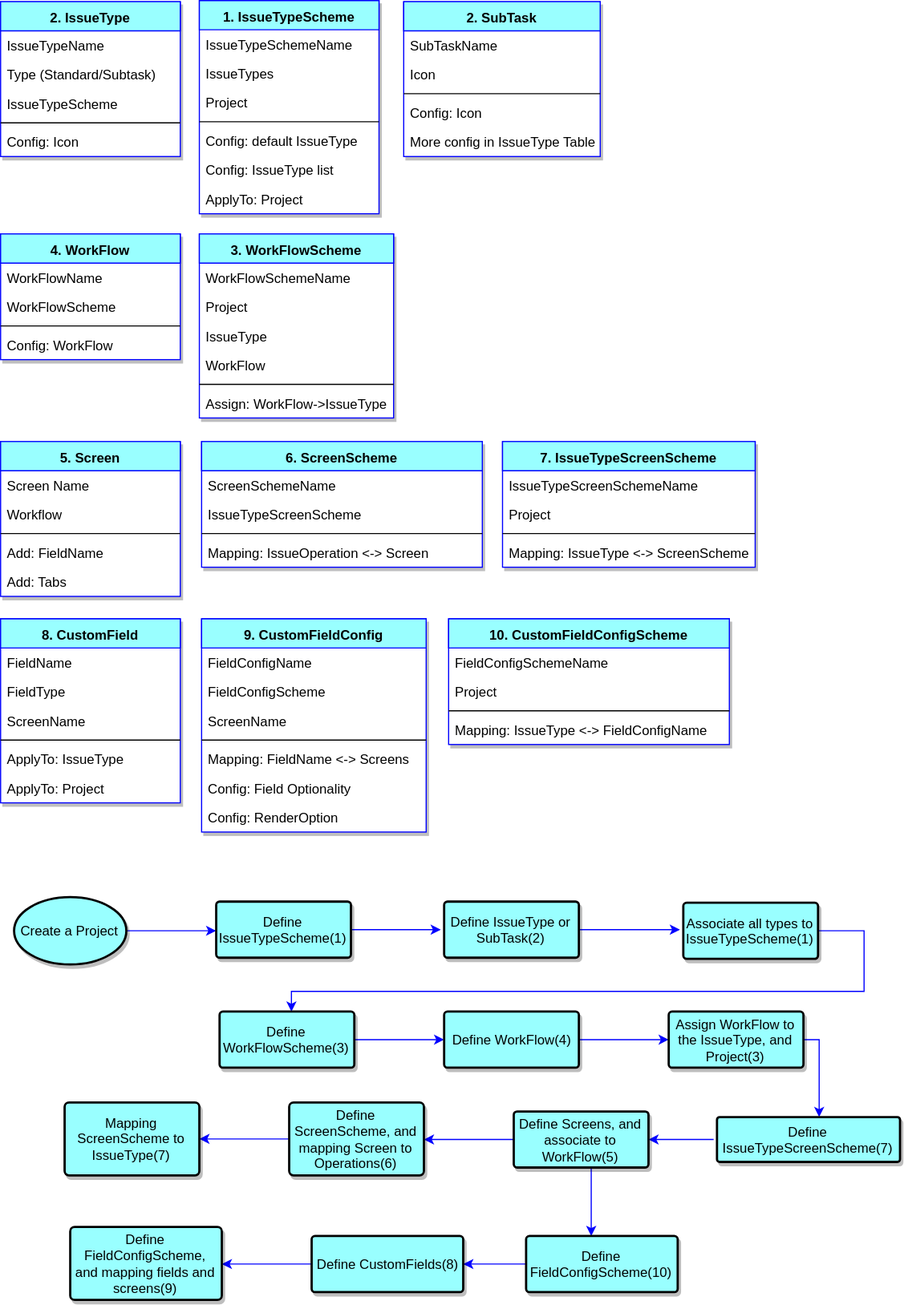
Earlier version of the draw.io export JiraWorkFlowConfigDiagram(2017.11.14).svg (havenqi/Draw.io). Source tidied: cells renumbered, new cells last; positions are measured from the earlier drawing's top-left corner, leaving out a move shared by most shapes.
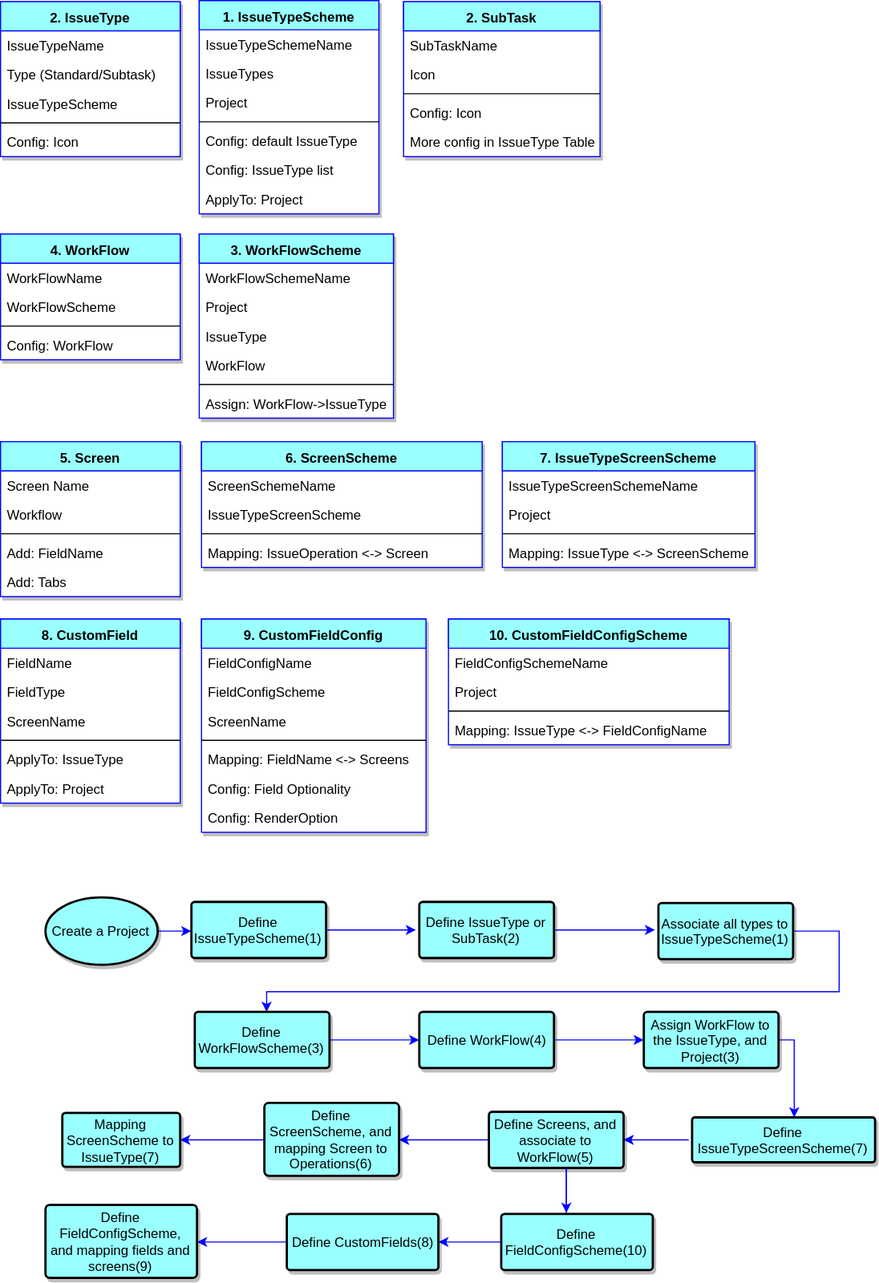
The same diagram one commit later.

What changed in the source:
```diff
@@ -172,62 +172,62 @@
     </mxCell>
     <mxCell id="58" style="edgeStyle=orthogonalEdgeStyle;rounded=0;html=1;jettySize=auto;strokeColor=#0000FF;" parent="1" edge="1" source="59">
       <mxGeometry relative="1" as="geometry">
-        <mxPoint x="192" y="829" as="targetPoint" />
+        <mxPoint x="170" y="829" as="targetPoint" />
       </mxGeometry>
     </mxCell>
     <mxCell id="59" value="Create a Project" style="strokeWidth=2;html=1;shape=mxgraph.flowchart.start_1;whiteSpace=wrap;shadow=1;fillColor=#99FFFF;align=center;" parent="1" vertex="1">
-      <mxGeometry x="12" y="799" width="100" height="60" as="geometry" />
+      <mxGeometry x="40" y="799" width="100" height="60" as="geometry" />
     </mxCell>
     <mxCell id="60" style="edgeStyle=orthogonalEdgeStyle;rounded=0;html=1;jettySize=auto;strokeColor=#0000FF;" parent="1" edge="1" source="61">
       <mxGeometry relative="1" as="geometry">
-        <mxPoint x="392" y="828" as="targetPoint" />
+        <mxPoint x="370" y="828" as="targetPoint" />
       </mxGeometry>
     </mxCell>
     <mxCell id="61" value="Define IssueTypeScheme(1)" style="strokeWidth=2;html=1;shape=mxgraph.flowchart.process;whiteSpace=wrap;shadow=1;fillColor=#99FFFF;align=center;" parent="1" vertex="1">
-      <mxGeometry x="192" y="803" width="120" height="50" as="geometry" />
+      <mxGeometry x="170" y="803" width="120" height="50" as="geometry" />
     </mxCell>
     <mxCell id="62" style="edgeStyle=orthogonalEdgeStyle;rounded=0;html=1;jettySize=auto;strokeColor=#0000FF;" parent="1" edge="1" source="63">
       <mxGeometry relative="1" as="geometry">
-        <mxPoint x="605" y="828" as="targetPoint" />
+        <mxPoint x="583" y="828" as="targetPoint" />
       </mxGeometry>
     </mxCell>
     <mxCell id="63" value="Define IssueType or SubTask(2)" style="strokeWidth=2;html=1;shape=mxgraph.flowchart.process;whiteSpace=wrap;shadow=1;fillColor=#99FFFF;align=center;" parent="1" vertex="1">
-      <mxGeometry x="395" y="803" width="120" height="50" as="geometry" />
+      <mxGeometry x="373" y="803" width="120" height="50" as="geometry" />
     </mxCell>
     <mxCell id="64" style="edgeStyle=orthogonalEdgeStyle;rounded=0;html=1;jettySize=auto;strokeColor=#0000FF;" parent="1" edge="1" source="65" target="67">
       <mxGeometry relative="1" as="geometry">
         <Array as="points">
-          <mxPoint x="769" y="829" />
-          <mxPoint x="769" y="883" />
-          <mxPoint x="259" y="883" />
+          <mxPoint x="747" y="829" />
+          <mxPoint x="747" y="883" />
+          <mxPoint x="237" y="883" />
         </Array>
       </mxGeometry>
     </mxCell>
     <mxCell id="65" value="Associate all types to IssueTypeScheme(1)" style="strokeWidth=2;html=1;shape=mxgraph.flowchart.process;whiteSpace=wrap;shadow=1;fillColor=#99FFFF;align=center;" parent="1" vertex="1">
-      <mxGeometry x="608" y="804" width="120" height="50" as="geometry" />
+      <mxGeometry x="586" y="804" width="120" height="50" as="geometry" />
     </mxCell>
     <mxCell id="66" style="edgeStyle=orthogonalEdgeStyle;rounded=0;html=1;jettySize=auto;strokeColor=#0000FF;" parent="1" edge="1" source="67" target="69">
       <mxGeometry relative="1" as="geometry" />
     </mxCell>
     <mxCell id="67" value="Define WorkFlowScheme(3)" style="strokeWidth=2;html=1;shape=mxgraph.flowchart.process;whiteSpace=wrap;shadow=1;fillColor=#99FFFF;align=center;" parent="1" vertex="1">
-      <mxGeometry x="195" y="901" width="120" height="50" as="geometry" />
+      <mxGeometry x="173" y="901" width="120" height="50" as="geometry" />
     </mxCell>
     <mxCell id="68" style="edgeStyle=orthogonalEdgeStyle;rounded=0;html=1;jettySize=auto;strokeColor=#0000FF;" parent="1" edge="1" source="69" target="71">
       <mxGeometry relative="1" as="geometry" />
     </mxCell>
     <mxCell id="69" value="Define WorkFlow(4)" style="strokeWidth=2;html=1;shape=mxgraph.flowchart.process;whiteSpace=wrap;shadow=1;fillColor=#99FFFF;align=center;" parent="1" vertex="1">
-      <mxGeometry x="395" y="901" width="120" height="50" as="geometry" />
+      <mxGeometry x="373" y="901" width="120" height="50" as="geometry" />
     </mxCell>
     <mxCell id="70" style="edgeStyle=orthogonalEdgeStyle;rounded=0;html=1;jettySize=auto;strokeColor=#0000FF;" parent="1" edge="1" source="71">
       <mxGeometry relative="1" as="geometry">
-        <mxPoint x="729" y="995" as="targetPoint" />
+        <mxPoint x="707" y="995" as="targetPoint" />
         <Array as="points">
-          <mxPoint x="729" y="926" />
+          <mxPoint x="707" y="926" />
         </Array>
       </mxGeometry>
     </mxCell>
     <mxCell id="71" value="Assign WorkFlow to the IssueType, and Project(3)" style="strokeWidth=2;html=1;shape=mxgraph.flowchart.process;whiteSpace=wrap;shadow=1;fillColor=#99FFFF;align=center;" parent="1" vertex="1">
-      <mxGeometry x="595" y="901" width="120" height="50" as="geometry" />
+      <mxGeometry x="573" y="901" width="120" height="50" as="geometry" />
     </mxCell>
     <mxCell id="72" value="4. WorkFlow" style="swimlane;fontStyle=1;align=center;verticalAlign=top;horizontal=1;startSize=26;swimlaneFillColor=#ffffff;shadow=1;strokeColor=#0000FF;fillColor=#99FFFF;" parent="1" vertex="1">
       <mxGeometry y="208" width="160" height="112" as="geometry" />
@@ -267,51 +267,61 @@
     </mxCell>
     <mxCell id="84" style="edgeStyle=orthogonalEdgeStyle;rounded=0;html=1;jettySize=auto;strokeColor=#0000FF;" parent="1" edge="1" target="88">
       <mxGeometry relative="1" as="geometry">
-        <mxPoint x="635" y="1015" as="sourcePoint" />
+        <mxPoint x="613" y="1015" as="sourcePoint" />
       </mxGeometry>
     </mxCell>
     <mxCell id="85" value="Define IssueTypeScreenScheme(7)" style="strokeWidth=2;html=1;shape=mxgraph.flowchart.process;whiteSpace=wrap;shadow=1;fillColor=#99FFFF;align=center;" parent="1" vertex="1">
-      <mxGeometry x="638" y="995" width="163" height="40" as="geometry" />
+      <mxGeometry x="616" y="995" width="163" height="40" as="geometry" />
     </mxCell>
     <mxCell id="86" style="edgeStyle=orthogonalEdgeStyle;rounded=0;html=1;jettySize=auto;strokeColor=#0000FF;" parent="1" edge="1" source="88" target="95">
       <mxGeometry relative="1" as="geometry" />
     </mxCell>
     <mxCell id="87" style="edgeStyle=orthogonalEdgeStyle;rounded=0;html=1;jettySize=auto;orthogonalLoop=1;strokeColor=#0000FF;" parent="1" edge="1">
       <mxGeometry relative="1" as="geometry">
-        <mxPoint x="526" y="1040" as="sourcePoint" />
-        <mxPoint x="526" y="1101" as="targetPoint" />
+        <mxPoint x="504" y="1040" as="sourcePoint" />
+        <mxPoint x="504" y="1101" as="targetPoint" />
         <Array as="points">
-          <mxPoint x="526" y="1063" />
-          <mxPoint x="526" y="1063" />
+          <mxPoint x="504" y="1063" />
+          <mxPoint x="504" y="1063" />
         </Array>
       </mxGeometry>
     </mxCell>
     <mxCell id="88" value="Define Screens, and associate to WorkFlow(5)" style="strokeWidth=2;html=1;shape=mxgraph.flowchart.process;whiteSpace=wrap;shadow=1;fillColor=#99FFFF;align=center;" parent="1" vertex="1">
-      <mxGeometry x="457" y="990" width="120" height="50" as="geometry" />
+      <mxGeometry x="435" y="990" width="120" height="50" as="geometry" />
     </mxCell>
     <mxCell id="89" style="edgeStyle=orthogonalEdgeStyle;rounded=0;html=1;jettySize=auto;strokeColor=#0000FF;" parent="1" edge="1" source="90" target="92">
       <mxGeometry relative="1" as="geometry" />
     </mxCell>
     <mxCell id="90" value="Define FieldConfigScheme(10)" style="strokeWidth=2;html=1;shape=mxgraph.flowchart.process;whiteSpace=wrap;shadow=1;fillColor=#99FFFF;align=center;" parent="1" vertex="1">
-      <mxGeometry x="468" y="1101" width="135" height="50" as="geometry" />
+      <mxGeometry x="446" y="1081" width="135" height="50" as="geometry" />
     </mxCell>
     <mxCell id="91" style="edgeStyle=orthogonalEdgeStyle;rounded=0;html=1;jettySize=auto;strokeColor=#0000FF;" parent="1" edge="1" source="92" target="93">
       <mxGeometry relative="1" as="geometry" />
     </mxCell>
     <mxCell id="92" value="Define CustomFields(8)" style="strokeWidth=2;html=1;shape=mxgraph.flowchart.process;whiteSpace=wrap;shadow=1;fillColor=#99FFFF;align=center;" parent="1" vertex="1">
-      <mxGeometry x="277" y="1101" width="135" height="50" as="geometry" />
+      <mxGeometry x="255" y="1081" width="135" height="50" as="geometry" />
     </mxCell>
     <mxCell id="93" value="Define FieldConfigScheme, and mapping fields and screens(9)" style="strokeWidth=2;html=1;shape=mxgraph.flowchart.process;whiteSpace=wrap;shadow=1;fillColor=#99FFFF;align=center;" parent="1" vertex="1">
-      <mxGeometry x="62" y="1093" width="135" height="65" as="geometry" />
+      <mxGeometry x="40" y="1073" width="135" height="65" as="geometry" />
     </mxCell>
     <mxCell id="94" style="edgeStyle=orthogonalEdgeStyle;rounded=0;html=1;jettySize=auto;strokeColor=#0000FF;" parent="1" edge="1" source="95" target="96">
       <mxGeometry relative="1" as="geometry" />
     </mxCell>
     <mxCell id="95" value="Define ScreenScheme, and mapping Screen to Operations(6)" style="strokeWidth=2;html=1;shape=mxgraph.flowchart.process;whiteSpace=wrap;shadow=1;fillColor=#99FFFF;align=center;" parent="1" vertex="1">
-      <mxGeometry x="257" y="982" width="120" height="65" as="geometry" />
+      <mxGeometry x="235" y="982" width="120" height="65" as="geometry" />
     </mxCell>
     <mxCell id="96" value="Mapping ScreenScheme to IssueType(7)" style="strokeWidth=2;html=1;shape=mxgraph.flowchart.process;whiteSpace=wrap;shadow=1;fillColor=#99FFFF;align=center;" parent="1" vertex="1">
-      <mxGeometry x="57" y="982" width="120" height="65" as="geometry" />
+      <mxGeometry x="55" y="991" width="105" height="48" as="geometry" />
     </mxCell>
+    <mxCell id="97" style="edgeStyle=orthogonalEdgeStyle;rounded=0;html=1;jettySize=auto;orthogonalLoop=1;strokeColor=#0000FF;" parent="1" edge="1">
+      <mxGeometry relative="1" as="geometry">
+        <mxPoint x="504" y="1040" as="sourcePoint" />
+        <mxPoint x="504" y="1080" as="targetPoint" />
+        <Array as="points">
+          <mxPoint x="504" y="1063" />
+          <mxPoint x="504" y="1063" />
+        </Array>
+      </mxGeometry>
+    </mxCell>
   </root>
 </mxGraphModel>
```
